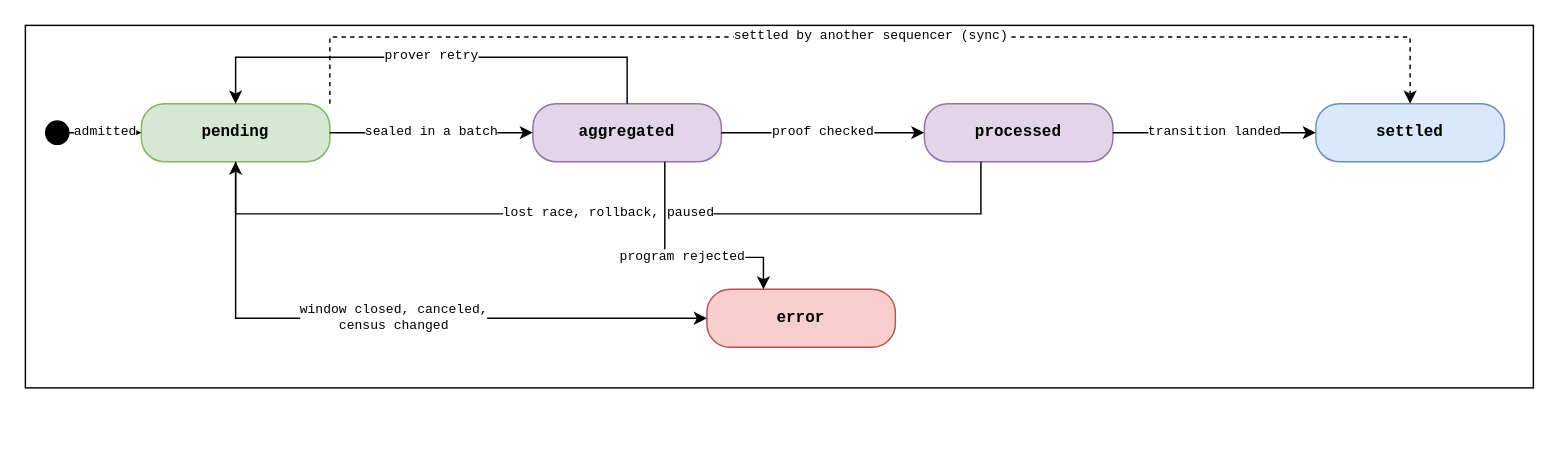
Above: v2/figures/vote-lifecycle.drawio in vocdoni/davinci-paper (draw.io), before the change. Source tidied: cells renumbered, new cells numbered last; positions are measured from the earlier drawing's top-left corner, leaving out a move shared by most shapes. Both pictures are drawn from the tidied source at 145%, with x=0, y=0 at pixel (25, 25).
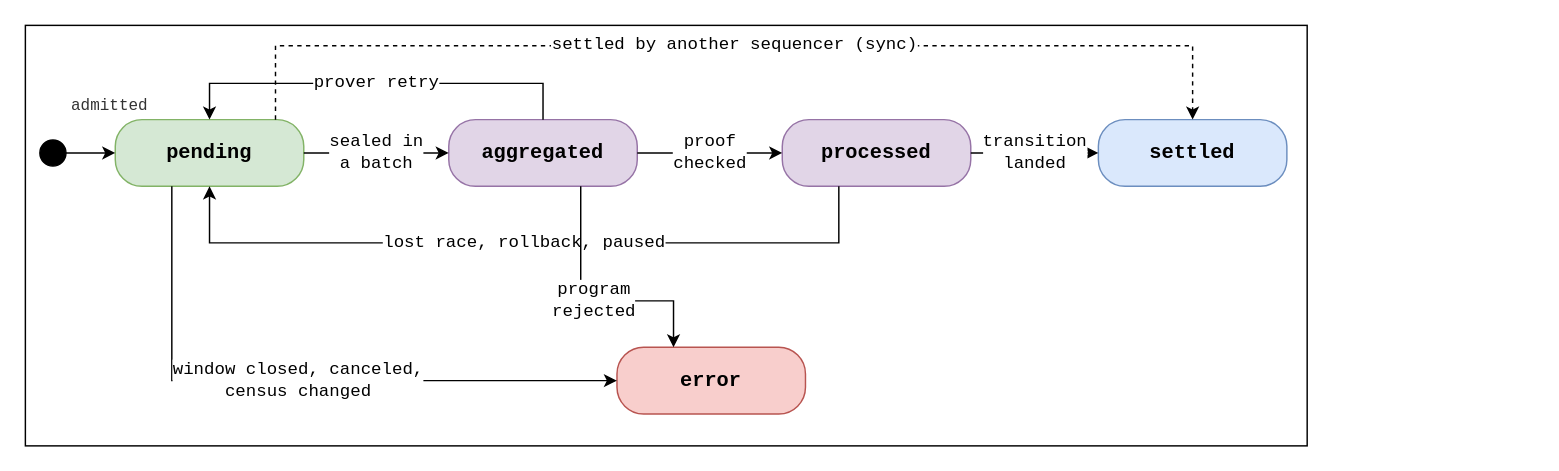
Above is the later version.

What changed in the source:
```diff
@@
+    <mxCell id="18" style="rounded=0;whiteSpace=wrap;html=1;fontSize=11;fillColor=none;strokeColor=#000000;fontFamily=Courier New;verticalAlign=top;align=center;spacingTop=4;spacingLeft=6;fontStyle=1;" parent="1" vertex="1">
+      <mxGeometry width="884" height="290" as="geometry" />
+    </mxCell>
-    <mxCell id="2" style="rounded=0;whiteSpace=wrap;html=1;fontSize=11;fillColor=none;strokeColor=#000000;fontFamily=Courier New;verticalAlign=top;align=center;spacingTop=4;spacingLeft=6;fontStyle=1;" parent="1" vertex="1">
-      <mxGeometry width="1040" height="250" as="geometry" />
+    <mxCell id="2" style="ellipse;fillColor=#000000;strokeColor=#000000;html=1;" parent="1" vertex="1">
+      <mxGeometry x="10" y="79" width="18" height="18" as="geometry" />
     </mxCell>
-    <mxCell id="3" style="ellipse;fillColor=#000000;strokeColor=#000000;html=1;" parent="1" vertex="1">
-      <mxGeometry x="14" y="66" width="16" height="16" as="geometry" />
+    <mxCell id="3" value="&lt;b&gt;pending&lt;/b&gt;" style="rounded=1;whiteSpace=wrap;html=1;fontSize=14;fillColor=#d5e8d4;strokeColor=#82b366;fontFamily=Courier New;align=center;verticalAlign=middle;arcSize=40;" parent="1" vertex="1">
+      <mxGeometry x="62" y="65" width="130" height="46" as="geometry" />
     </mxCell>
-    <mxCell id="4" value="&lt;b&gt;pending&lt;/b&gt;" style="rounded=1;whiteSpace=wrap;html=1;fontSize=11;fillColor=#d5e8d4;strokeColor=#82b366;fontFamily=Courier New;align=center;verticalAlign=middle;arcSize=40;" parent="1" vertex="1">
-      <mxGeometry x="80" y="54" width="130" height="40" as="geometry" />
+    <mxCell id="4" value="&lt;b&gt;aggregated&lt;/b&gt;" style="rounded=1;whiteSpace=wrap;html=1;fontSize=14;fillColor=#e1d5e7;strokeColor=#9673a6;fontFamily=Courier New;align=center;verticalAlign=middle;arcSize=40;" parent="1" vertex="1">
+      <mxGeometry x="292" y="65" width="130" height="46" as="geometry" />
     </mxCell>
-    <mxCell id="5" value="&lt;b&gt;aggregated&lt;/b&gt;" style="rounded=1;whiteSpace=wrap;html=1;fontSize=11;fillColor=#e1d5e7;strokeColor=#9673a6;fontFamily=Courier New;align=center;verticalAlign=middle;arcSize=40;" parent="1" vertex="1">
-      <mxGeometry x="350" y="54" width="130" height="40" as="geometry" />
+    <mxCell id="5" value="&lt;b&gt;processed&lt;/b&gt;" style="rounded=1;whiteSpace=wrap;html=1;fontSize=14;fillColor=#e1d5e7;strokeColor=#9673a6;fontFamily=Courier New;align=center;verticalAlign=middle;arcSize=40;" parent="1" vertex="1">
+      <mxGeometry x="522" y="65" width="130" height="46" as="geometry" />
     </mxCell>
-    <mxCell id="6" value="&lt;b&gt;processed&lt;/b&gt;" style="rounded=1;whiteSpace=wrap;html=1;fontSize=11;fillColor=#e1d5e7;strokeColor=#9673a6;fontFamily=Courier New;align=center;verticalAlign=middle;arcSize=40;" parent="1" vertex="1">
-      <mxGeometry x="620" y="54" width="130" height="40" as="geometry" />
+    <mxCell id="6" value="&lt;b&gt;settled&lt;/b&gt;" style="rounded=1;whiteSpace=wrap;html=1;fontSize=14;fillColor=#dae8fc;strokeColor=#6c8ebf;fontFamily=Courier New;align=center;verticalAlign=middle;arcSize=40;" parent="1" vertex="1">
+      <mxGeometry x="740" y="65" width="130" height="46" as="geometry" />
     </mxCell>
-    <mxCell id="7" value="&lt;b&gt;settled&lt;/b&gt;" style="rounded=1;whiteSpace=wrap;html=1;fontSize=11;fillColor=#dae8fc;strokeColor=#6c8ebf;fontFamily=Courier New;align=center;verticalAlign=middle;arcSize=40;" parent="1" vertex="1">
-      <mxGeometry x="890" y="54" width="130" height="40" as="geometry" />
+    <mxCell id="7" value="&lt;b&gt;error&lt;/b&gt;" style="rounded=1;whiteSpace=wrap;html=1;fontSize=14;fillColor=#f8cecc;strokeColor=#b85450;fontFamily=Courier New;align=center;verticalAlign=middle;arcSize=40;" parent="1" vertex="1">
+      <mxGeometry x="408" y="222" width="130" height="46" as="geometry" />
     </mxCell>
-    <mxCell id="8" value="&lt;b&gt;error&lt;/b&gt;" style="rounded=1;whiteSpace=wrap;html=1;fontSize=11;fillColor=#f8cecc;strokeColor=#b85450;fontFamily=Courier New;align=center;verticalAlign=middle;arcSize=40;" parent="1" vertex="1">
-      <mxGeometry x="470" y="182" width="130" height="40" as="geometry" />
+    <mxCell id="8" style="edgeStyle=orthogonalEdgeStyle;rounded=0;html=1;endArrow=classic;startArrow=none;endSize=6;startSize=6;fontSize=12;fontFamily=Courier New;strokeColor=#000000;strokeWidth=1;labelBackgroundColor=#ffffff;" parent="1" edge="1" source="2" target="3">
+      <mxGeometry relative="1" as="geometry" />
     </mxCell>
-    <mxCell id="9" value="admitted" style="edgeStyle=orthogonalEdgeStyle;rounded=0;html=1;endArrow=classic;startArrow=none;endSize=6;startSize=6;fontSize=9;fontFamily=Courier New;strokeColor=#000000;strokeWidth=1;labelBackgroundColor=#ffffff;" parent="1" edge="1" source="3" target="4">
+    <mxCell id="9" value="sealed in&lt;br&gt;a batch" style="edgeStyle=orthogonalEdgeStyle;rounded=0;html=1;endArrow=classic;startArrow=none;endSize=6;startSize=6;fontSize=12;fontFamily=Courier New;strokeColor=#000000;strokeWidth=1;labelBackgroundColor=#ffffff;" parent="1" edge="1" source="3" target="4">
       <mxGeometry relative="1" as="geometry" />
     </mxCell>
-    <mxCell id="10" value="sealed in a batch" style="edgeStyle=orthogonalEdgeStyle;rounded=0;html=1;endArrow=classic;startArrow=none;endSize=6;startSize=6;fontSize=9;fontFamily=Courier New;strokeColor=#000000;strokeWidth=1;labelBackgroundColor=#ffffff;" parent="1" edge="1" source="4" target="5">
+    <mxCell id="10" value="proof&lt;br&gt;checked" style="edgeStyle=orthogonalEdgeStyle;rounded=0;html=1;endArrow=classic;startArrow=none;endSize=6;startSize=6;fontSize=12;fontFamily=Courier New;strokeColor=#000000;strokeWidth=1;labelBackgroundColor=#ffffff;" parent="1" edge="1" source="4" target="5">
       <mxGeometry relative="1" as="geometry" />
     </mxCell>
-    <mxCell id="11" value="proof checked" style="edgeStyle=orthogonalEdgeStyle;rounded=0;html=1;endArrow=classic;startArrow=none;endSize=6;startSize=6;fontSize=9;fontFamily=Courier New;strokeColor=#000000;strokeWidth=1;labelBackgroundColor=#ffffff;" parent="1" edge="1" source="5" target="6">
+    <mxCell id="11" value="transition&lt;br&gt;landed" style="edgeStyle=orthogonalEdgeStyle;rounded=0;html=1;endArrow=classic;startArrow=none;endSize=6;startSize=6;fontSize=12;fontFamily=Courier New;strokeColor=#000000;strokeWidth=1;labelBackgroundColor=#ffffff;" parent="1" edge="1" source="5" target="6">
       <mxGeometry relative="1" as="geometry" />
     </mxCell>
-    <mxCell id="12" value="transition landed" style="edgeStyle=orthogonalEdgeStyle;rounded=0;html=1;endArrow=classic;startArrow=none;endSize=6;startSize=6;fontSize=9;fontFamily=Courier New;strokeColor=#000000;strokeWidth=1;labelBackgroundColor=#ffffff;" parent="1" edge="1" source="6" target="7">
-      <mxGeometry relative="1" as="geometry" />
+    <mxCell id="12" value="prover retry" style="edgeStyle=orthogonalEdgeStyle;rounded=0;html=1;endArrow=classic;startArrow=none;endSize=6;startSize=6;fontSize=12;fontFamily=Courier New;strokeColor=#000000;strokeWidth=1;labelBackgroundColor=#ffffff;exitX=0.5;exitY=0;exitDx=0;exitDy=0;entryX=0.5;entryY=0;entryDx=0;entryDy=0;" parent="1" edge="1" source="4" target="3">
+      <mxGeometry relative="1" as="geometry">
+        <Array as="points">
+          <mxPoint x="357" y="40" />
+          <mxPoint x="127" y="40" />
+        </Array>
+      </mxGeometry>
     </mxCell>
-    <mxCell id="13" value="prover retry" style="edgeStyle=orthogonalEdgeStyle;rounded=0;html=1;endArrow=classic;startArrow=none;endSize=6;startSize=6;fontSize=9;fontFamily=Courier New;strokeColor=#000000;strokeWidth=1;labelBackgroundColor=#ffffff;exitX=0.5;exitY=0;exitDx=0;exitDy=0;entryX=0.5;entryY=0;entryDx=0;entryDy=0;" parent="1" edge="1" source="5" target="4">
+    <mxCell id="13" value="lost race, rollback, paused" style="edgeStyle=orthogonalEdgeStyle;rounded=0;html=1;endArrow=classic;startArrow=none;endSize=6;startSize=6;fontSize=12;fontFamily=Courier New;strokeColor=#000000;strokeWidth=1;labelBackgroundColor=#ffffff;exitX=0.3;exitY=1;exitDx=0;exitDy=0;entryX=0.5;entryY=1;entryDx=0;entryDy=0;" parent="1" edge="1" source="5" target="3">
       <mxGeometry relative="1" as="geometry">
         <Array as="points">
-          <mxPoint x="415" y="22" />
-          <mxPoint x="145" y="22" />
+          <mxPoint x="561" y="150" />
+          <mxPoint x="127" y="150" />
         </Array>
       </mxGeometry>
     </mxCell>
-    <mxCell id="14" value="lost race, rollback, paused" style="edgeStyle=orthogonalEdgeStyle;rounded=0;html=1;endArrow=classic;startArrow=none;endSize=6;startSize=6;fontSize=9;fontFamily=Courier New;strokeColor=#000000;strokeWidth=1;labelBackgroundColor=#ffffff;exitX=0.3;exitY=1;exitDx=0;exitDy=0;entryX=0.5;entryY=1;entryDx=0;entryDy=0;" parent="1" edge="1" source="6" target="4">
+    <mxCell id="14" value="settled by another sequencer (sync)" style="edgeStyle=orthogonalEdgeStyle;rounded=0;html=1;endArrow=classic;startArrow=none;endSize=6;startSize=6;fontSize=12;fontFamily=Courier New;strokeColor=#000000;strokeWidth=1;dashed=1;labelBackgroundColor=#ffffff;exitX=0.85;exitY=0;exitDx=0;exitDy=0;entryX=0.5;entryY=0;entryDx=0;entryDy=0;" parent="1" edge="1" source="3" target="6">
       <mxGeometry relative="1" as="geometry">
         <Array as="points">
-          <mxPoint x="659" y="130" />
-          <mxPoint x="145" y="130" />
+          <mxPoint x="172" y="14" />
+          <mxPoint x="805" y="14" />
         </Array>
       </mxGeometry>
     </mxCell>
-    <mxCell id="15" value="settled by another sequencer (sync)" style="edgeStyle=orthogonalEdgeStyle;rounded=0;html=1;endArrow=classic;startArrow=none;endSize=6;startSize=6;fontSize=9;fontFamily=Courier New;strokeColor=#000000;strokeWidth=1;dashed=1;labelBackgroundColor=#ffffff;exitX=1;exitY=0;exitDx=0;exitDy=0;entryX=0.5;entryY=0;entryDx=0;entryDy=0;" parent="1" edge="1" source="4" target="7">
+    <mxCell id="15" value="window closed, canceled,&lt;br&gt;census changed" style="edgeStyle=orthogonalEdgeStyle;rounded=0;html=1;endArrow=classic;startArrow=none;endSize=6;startSize=6;fontSize=12;fontFamily=Courier New;strokeColor=#000000;strokeWidth=1;labelBackgroundColor=#ffffff;exitX=0.3;exitY=1;exitDx=0;exitDy=0;entryX=0;entryY=0.5;entryDx=0;entryDy=0;" parent="1" edge="1" source="3" target="7">
       <mxGeometry relative="1" as="geometry">
         <Array as="points">
-          <mxPoint x="210" y="8" />
-          <mxPoint x="955" y="8" />
+          <mxPoint x="101" y="245" />
         </Array>
       </mxGeometry>
     </mxCell>
-    <mxCell id="16" value="window closed, canceled,&lt;br&gt;census changed" style="edgeStyle=orthogonalEdgeStyle;rounded=0;html=1;endArrow=classic;startArrow=none;endSize=6;startSize=6;fontSize=9;fontFamily=Courier New;strokeColor=#000000;strokeWidth=1;labelBackgroundColor=#ffffff;exitX=0.5;exitY=1;exitDx=0;exitDy=0;entryX=0;entryY=0.5;entryDx=0;entryDy=0;" parent="1" edge="1" source="4" target="8">
+    <mxCell id="16" value="program&lt;br&gt;rejected" style="edgeStyle=orthogonalEdgeStyle;rounded=0;html=1;endArrow=classic;startArrow=none;endSize=6;startSize=6;fontSize=12;fontFamily=Courier New;strokeColor=#000000;strokeWidth=1;labelBackgroundColor=#ffffff;exitX=0.7;exitY=1;exitDx=0;exitDy=0;entryX=0.3;entryY=0;entryDx=0;entryDy=0;" parent="1" edge="1" source="4" target="7">
       <mxGeometry relative="1" as="geometry">
         <Array as="points">
-          <mxPoint x="145" y="202" />
+          <mxPoint x="383" y="190" />
+          <mxPoint x="447" y="190" />
         </Array>
       </mxGeometry>
     </mxCell>
-    <mxCell id="17" value="program rejected" style="edgeStyle=orthogonalEdgeStyle;rounded=0;html=1;endArrow=classic;startArrow=none;endSize=6;startSize=6;fontSize=9;fontFamily=Courier New;strokeColor=#000000;strokeWidth=1;labelBackgroundColor=#ffffff;exitX=0.7;exitY=1;exitDx=0;exitDy=0;entryX=0.3;entryY=0;entryDx=0;entryDy=0;" parent="1" edge="1" source="5" target="8">
-      <mxGeometry relative="1" as="geometry">
-        <Array as="points">
-          <mxPoint x="441" y="160" />
-          <mxPoint x="509" y="160" />
-        </Array>
-      </mxGeometry>
+    <mxCell id="17" value="admitted" style="text;html=1;whiteSpace=wrap;fontSize=11;fontFamily=Courier New;align=left;verticalAlign=middle;fontColor=#333333;" parent="1" vertex="1">
+      <mxGeometry x="30" y="46" width="40" height="20" as="geometry" />
     </mxCell>
```
